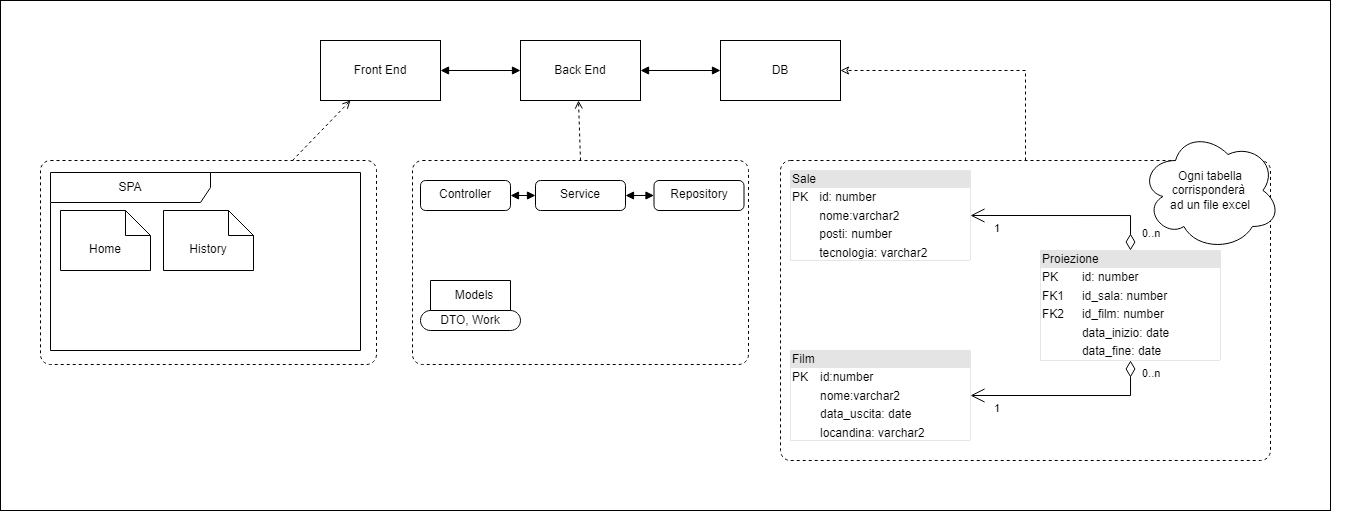
The draw.io diagram uml/uml_diagram.png in pippok96/cineMille, before a commit. Source tidied: cells renumbered, new cells last; positions are measured from the earlier drawing's top-left corner, leaving out a move shared by most shapes.
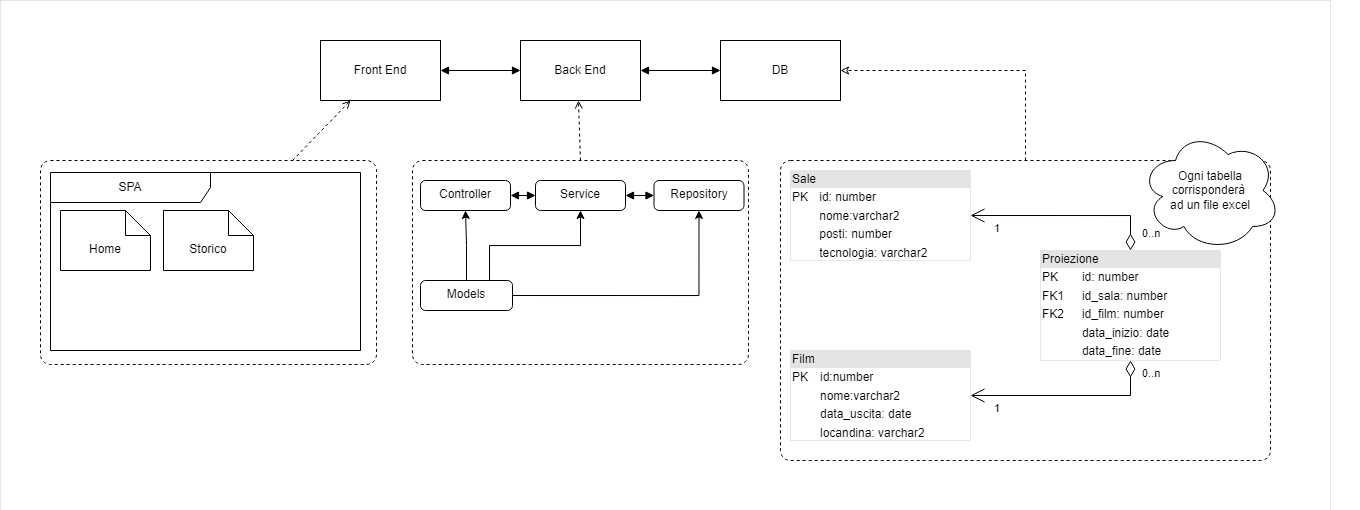
The same file after the commit.

Commit message:
definizioni + uml

The edit, as a diff of the source:
```diff
@@ -2,7 +2,7 @@
   <root>
     <mxCell id="0" />
     <mxCell id="1" parent="0" />
-    <mxCell id="2" style="rounded=0;whiteSpace=wrap;html=1;gradientColor=none;fillStyle=solid;" parent="1" vertex="1">
+    <mxCell id="2" style="rounded=0;whiteSpace=wrap;html=1;gradientColor=none;fillStyle=solid;strokeWidth=0;" parent="1" vertex="1">
       <mxGeometry width="1330" height="510" as="geometry" />
     </mxCell>
     <mxCell id="3" value="Front End" style="html=1;whiteSpace=wrap;" parent="1" vertex="1">
@@ -49,18 +49,24 @@
     <mxCell id="16" value="Repository" style="html=1;align=center;verticalAlign=top;rounded=1;absoluteArcSize=1;arcSize=10;dashed=0;whiteSpace=wrap;" parent="12" vertex="1">
       <mxGeometry x="241.5" y="20" width="90" height="30" as="geometry" />
     </mxCell>
-    <mxCell id="17" value="Models" style="shape=folder;align=center;verticalAlign=middle;fontStyle=0;tabWidth=100;tabHeight=30;tabPosition=left;html=1;boundedLbl=1;labelInHeader=1;rounded=1;absoluteArcSize=1;arcSize=10;whiteSpace=wrap;" parent="12" vertex="1">
-      <mxGeometry x="8" y="120" width="100" height="50" as="geometry" />
-    </mxCell>
-    <mxCell id="18" value="DTO, Work" style="text;html=1;align=center;verticalAlign=middle;whiteSpace=wrap;rounded=0;" parent="12" vertex="1">
-      <mxGeometry x="8" y="140" width="100" height="40" as="geometry" />
-    </mxCell>
     <mxCell id="19" style="endArrow=block;startArrow=block;endFill=1;startFill=1;html=1;rounded=0;entryX=0;entryY=0.5;entryDx=0;entryDy=0;exitX=1;exitY=0.5;exitDx=0;exitDy=0;" parent="12" edge="1" source="14" target="15">
       <mxGeometry relative="1" as="geometry" />
     </mxCell>
     <mxCell id="20" style="endArrow=block;startArrow=block;endFill=1;startFill=1;html=1;rounded=0;entryX=0;entryY=0.5;entryDx=0;entryDy=0;exitX=1;exitY=0.5;exitDx=0;exitDy=0;" parent="12" edge="1" source="15" target="16">
       <mxGeometry relative="1" as="geometry" />
     </mxCell>
+    <mxCell id="36" style="edgeStyle=orthogonalEdgeStyle;rounded=0;jettySize=auto;html=1;" parent="12" edge="1" source="17" target="14">
+      <mxGeometry relative="1" as="geometry" />
+    </mxCell>
+    <mxCell id="17" value="Models" style="html=1;align=center;verticalAlign=top;rounded=1;absoluteArcSize=1;arcSize=10;dashed=0;whiteSpace=wrap;" parent="12" vertex="1">
+      <mxGeometry x="8" y="120" width="92" height="30" as="geometry" />
+    </mxCell>
+    <mxCell id="37" style="edgeStyle=orthogonalEdgeStyle;rounded=0;jettySize=auto;html=1;entryX=0.5;entryY=1;entryDx=0;entryDy=0;exitX=0.75;exitY=0;exitDx=0;exitDy=0;" parent="12" edge="1" source="17" target="15">
+      <mxGeometry relative="1" as="geometry" />
+    </mxCell>
+    <mxCell id="38" style="edgeStyle=orthogonalEdgeStyle;rounded=0;jettySize=auto;html=1;entryX=0.5;entryY=1;entryDx=0;entryDy=0;exitX=1;exitY=0.5;exitDx=0;exitDy=0;" parent="12" edge="1" source="17" target="16">
+      <mxGeometry relative="1" as="geometry" />
+    </mxCell>
     <mxCell id="21" style="group;strokeColor=none;" parent="1" vertex="1">
       <mxGeometry x="780" y="160" width="580" height="300" as="geometry" />
     </mxCell>
@@ -108,7 +114,7 @@
     <mxCell id="33" value="SPA" style="shape=umlFrame;whiteSpace=wrap;html=1;width=160;" parent="1" vertex="1">
       <mxGeometry x="50" y="172" width="310" height="178" as="geometry" />
     </mxCell>
-    <mxCell id="34" value="History" style="shape=note2;boundedLbl=1;whiteSpace=wrap;html=1;size=25;verticalAlign=top;align=center;" parent="33" vertex="1">
+    <mxCell id="34" value="Storico" style="shape=note2;boundedLbl=1;whiteSpace=wrap;html=1;size=25;verticalAlign=top;align=center;" parent="33" vertex="1">
       <mxGeometry x="113" y="38" width="90" height="60" as="geometry" />
     </mxCell>
     <mxCell id="35" value="Home" style="shape=note2;boundedLbl=1;whiteSpace=wrap;html=1;size=25;verticalAlign=top;align=center;" parent="1" vertex="1">
```
